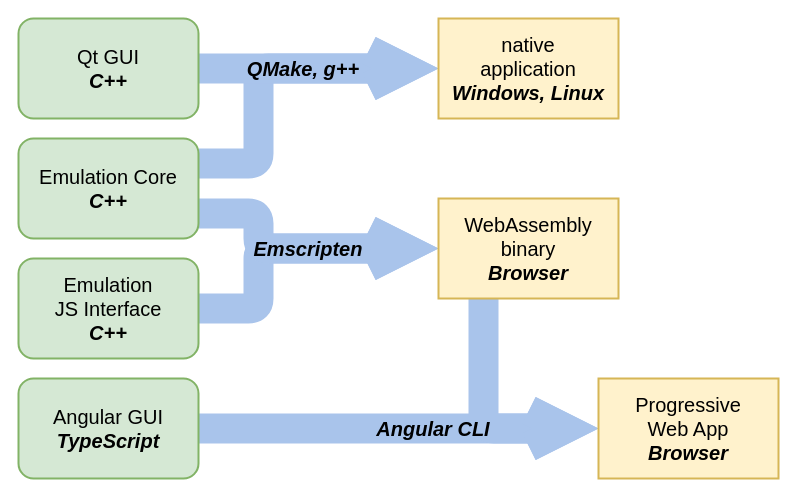
Earlier version of the draw.io diagram docs/age-build.drawio (c-sp/age). Source tidied: cells renumbered, new cells numbered last; positions are measured from the earlier drawing's top-left corner, leaving out a move shared by most shapes. Both pictures are drawn from the tidied source at 100%, with x=0, y=0 at pixel (18, 18).
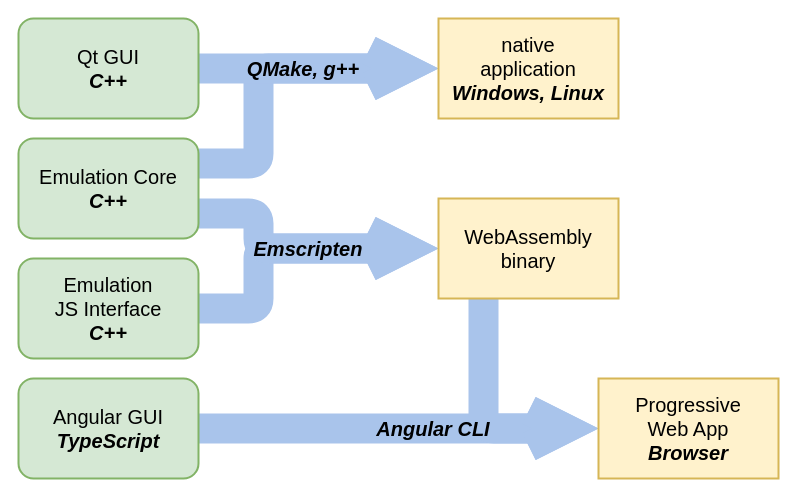
The same page after the edit.

Change to the diagram source:
```diff
@@
-    <mxCell id="11" value="WebAssembly&lt;br style=&quot;font-size: 20px&quot;&gt;binary&lt;br&gt;&lt;b&gt;&lt;i&gt;Browser&lt;/i&gt;&lt;/b&gt;" style="rounded=0;whiteSpace=wrap;html=1;fillColor=#fff2cc;strokeColor=#d6b656;fontSize=20;strokeWidth=2;" parent="1" vertex="1">
+    <mxCell id="11" value="WebAssembly&lt;br style=&quot;font-size: 20px&quot;&gt;binary" style="rounded=0;whiteSpace=wrap;html=1;fillColor=#fff2cc;strokeColor=#d6b656;fontSize=20;strokeWidth=2;" parent="1" vertex="1">
       <mxGeometry x="420" y="180" width="180" height="100" as="geometry" />
     </mxCell>
```
